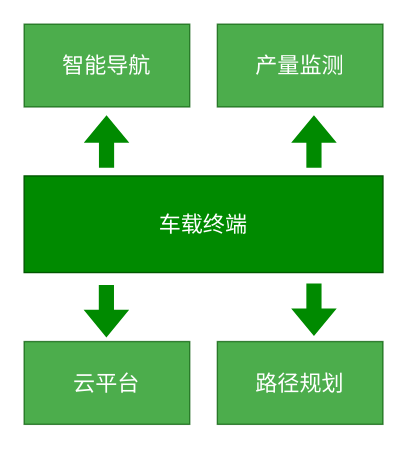
This is tmp/总体设计图.drawio from anvalue/DrawIo_SQ, a draw.io file, before an edit. Source tidied: cells renumbered, new cells numbered last; positions are measured from the earlier drawing's top-left corner, leaving out a move shared by most shapes. Both pictures are drawn from the tidied source at 138%, with x=0, y=0 at pixel (23, 23).
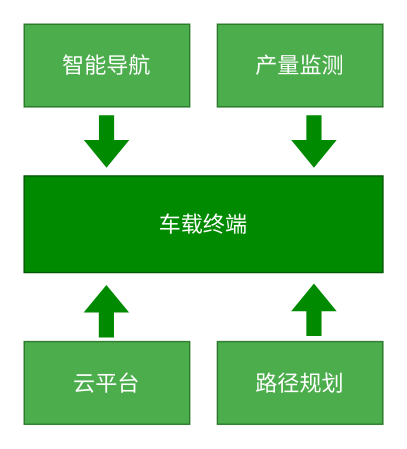
After the change.

Commit message:
更新总体设计图.drawio

What changed in the source:
```diff
@@
 <mxGraphModel>
   <root>
     <mxCell id="0" />
     <mxCell id="1" parent="0" />
     <mxCell id="2" value="车载终端" style="rounded=0;whiteSpace=wrap;html=1;fontSize=16;fillColor=#008a00;strokeColor=#005700;fontColor=#ffffff;" parent="1" vertex="1">
       <mxGeometry y="110" width="260" height="70" as="geometry" />
     </mxCell>
     <mxCell id="3" value="产量监测" style="rounded=0;whiteSpace=wrap;html=1;fontSize=16;fillColor=#008a00;strokeColor=#005700;opacity=70;fontColor=#ffffff;" parent="1" vertex="1">
       <mxGeometry x="140" width="120" height="60" as="geometry" />
     </mxCell>
     <mxCell id="4" value="路径规划" style="rounded=0;whiteSpace=wrap;html=1;fontSize=16;fillColor=#008a00;strokeColor=#005700;opacity=70;fontColor=#ffffff;" parent="1" vertex="1">
       <mxGeometry x="140" y="230" width="120" height="60" as="geometry" />
     </mxCell>
     <mxCell id="5" value="云平台" style="rounded=0;whiteSpace=wrap;html=1;fontSize=16;fillColor=#008a00;strokeColor=#005700;opacity=70;fontColor=#ffffff;" parent="1" vertex="1">
       <mxGeometry y="230" width="120" height="60" as="geometry" />
     </mxCell>
     <mxCell id="6" value="智能导航" style="rounded=0;whiteSpace=wrap;html=1;fontSize=16;fillColor=#008a00;strokeColor=#005700;opacity=70;fontColor=#ffffff;" parent="1" vertex="1">
       <mxGeometry width="120" height="60" as="geometry" />
     </mxCell>
-    <mxCell id="7" style="shape=flexArrow;endArrow=classic;html=1;rounded=0;strokeColor=none;strokeWidth=2;align=center;verticalAlign=middle;fontFamily=Helvetica;fontSize=11;fontColor=default;labelBackgroundColor=default;edgeStyle=orthogonalEdgeStyle;endSize=6;fillColor=#008a00;" parent="1" edge="1">
+    <mxCell id="7" style="shape=flexArrow;endArrow=none;html=1;rounded=0;strokeColor=none;strokeWidth=2;align=center;verticalAlign=middle;fontFamily=Helvetica;fontSize=11;fontColor=default;labelBackgroundColor=default;edgeStyle=orthogonalEdgeStyle;endSize=6;fillColor=#008a00;startArrow=block;endFill=0;" parent="1" edge="1">
       <mxGeometry relative="1" as="geometry">
         <mxPoint x="59.7" y="105" as="sourcePoint" />
         <mxPoint x="59.7" y="65" as="targetPoint" />
       </mxGeometry>
     </mxCell>
-    <mxCell id="8" style="shape=flexArrow;endArrow=classic;html=1;rounded=0;strokeColor=none;strokeWidth=2;align=center;verticalAlign=middle;fontFamily=Helvetica;fontSize=11;fontColor=default;labelBackgroundColor=default;edgeStyle=orthogonalEdgeStyle;endSize=6;fillColor=#008a00;" parent="1" edge="1">
+    <mxCell id="8" style="shape=flexArrow;endArrow=none;html=1;rounded=0;strokeColor=none;strokeWidth=2;align=center;verticalAlign=middle;fontFamily=Helvetica;fontSize=11;fontColor=default;labelBackgroundColor=default;edgeStyle=orthogonalEdgeStyle;endSize=6;fillColor=#008a00;startArrow=block;endFill=0;" parent="1" edge="1">
       <mxGeometry relative="1" as="geometry">
         <mxPoint x="210" y="105" as="sourcePoint" />
         <mxPoint x="210" y="65" as="targetPoint" />
       </mxGeometry>
     </mxCell>
-    <mxCell id="9" style="shape=flexArrow;endArrow=classic;html=1;rounded=0;strokeColor=none;strokeWidth=2;align=center;verticalAlign=middle;fontFamily=Helvetica;fontSize=11;fontColor=default;labelBackgroundColor=default;edgeStyle=orthogonalEdgeStyle;endSize=6;fillColor=#008a00;" parent="1" edge="1">
+    <mxCell id="9" style="shape=flexArrow;endArrow=none;html=1;rounded=0;strokeColor=none;strokeWidth=2;align=center;verticalAlign=middle;fontFamily=Helvetica;fontSize=11;fontColor=default;labelBackgroundColor=default;edgeStyle=orthogonalEdgeStyle;endSize=6;fillColor=#008a00;startArrow=block;endFill=0;" parent="1" edge="1">
       <mxGeometry relative="1" as="geometry">
         <mxPoint x="59.6" y="188" as="sourcePoint" />
         <mxPoint x="59.6" y="228" as="targetPoint" />
       </mxGeometry>
     </mxCell>
-    <mxCell id="10" style="shape=flexArrow;endArrow=classic;html=1;rounded=0;strokeColor=none;strokeWidth=2;align=center;verticalAlign=middle;fontFamily=Helvetica;fontSize=11;fontColor=default;labelBackgroundColor=default;edgeStyle=orthogonalEdgeStyle;endSize=6;fillColor=#008a00;" parent="1" edge="1">
+    <mxCell id="10" style="shape=flexArrow;endArrow=none;html=1;rounded=0;strokeColor=none;strokeWidth=2;align=center;verticalAlign=middle;fontFamily=Helvetica;fontSize=11;fontColor=default;labelBackgroundColor=default;edgeStyle=orthogonalEdgeStyle;endSize=6;fillColor=#008a00;endFill=0;startArrow=block;" parent="1" edge="1">
       <mxGeometry relative="1" as="geometry">
         <mxPoint x="210" y="187" as="sourcePoint" />
         <mxPoint x="210" y="227" as="targetPoint" />
       </mxGeometry>
     </mxCell>
   </root>
 </mxGraphModel>
```
